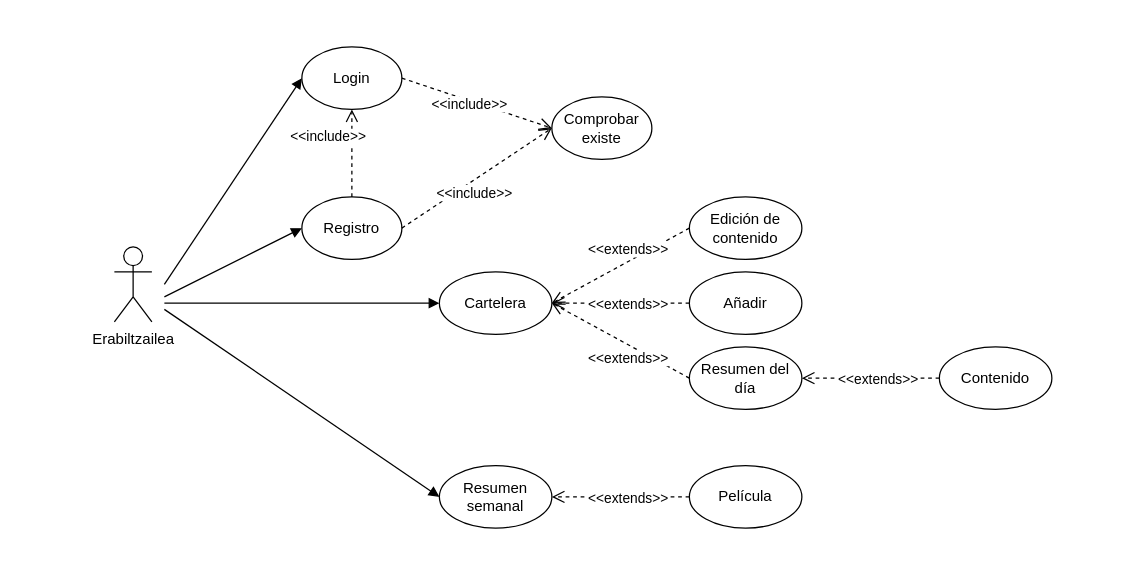
This is dokumentazioa/garapen_inguruneak/ErabileraDiagrama.drawio from PetaldoiPorramador/SunsetCinema, a draw.io file, before an edit. Source tidied: cells renumbered, new cells numbered last; positions are measured from the earlier drawing's top-left corner, leaving out a move shared by most shapes. Both pictures are drawn from the tidied source at 125%, with x=0, y=0 at pixel (114, 46).
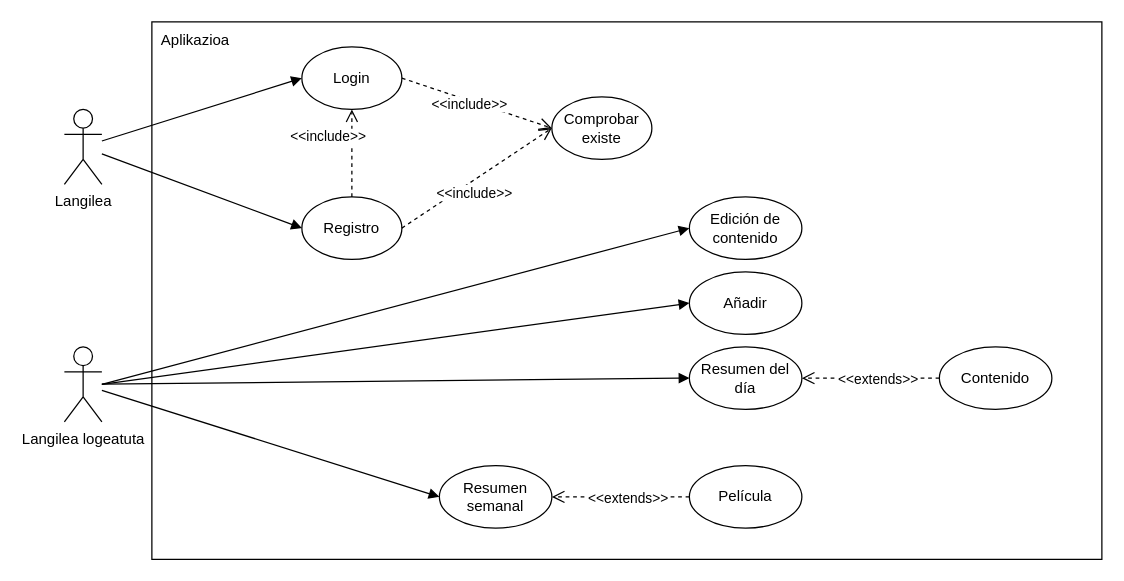
Above is the later version.

Commit message:
doc: erabilera kasu diagrama finala

Unchanged cells that the change refers to:
```xml
<mxCell id="3" value="Login" style="ellipse;whiteSpace=wrap;html=1;" parent="1" vertex="1">
  <mxGeometry x="150" width="80" height="50" as="geometry" />
</mxCell>
<mxCell id="5" value="Registro" style="ellipse;whiteSpace=wrap;html=1;" parent="1" vertex="1">
  <mxGeometry x="150" y="120" width="80" height="50" as="geometry" />
</mxCell>
<mxCell id="11" value="Resumen semanal" style="ellipse;whiteSpace=wrap;html=1;" parent="1" vertex="1">
  <mxGeometry x="260" y="335" width="90" height="50" as="geometry" />
</mxCell>
<mxCell id="12" value="Edición de contenido" style="ellipse;whiteSpace=wrap;html=1;" parent="1" vertex="1">
  <mxGeometry x="460" y="120" width="90" height="50" as="geometry" />
</mxCell>
<mxCell id="13" value="Añadir" style="ellipse;whiteSpace=wrap;html=1;" parent="1" vertex="1">
  <mxGeometry x="460" y="180" width="90" height="50" as="geometry" />
</mxCell>
<mxCell id="14" value="Resumen del día" style="ellipse;whiteSpace=wrap;html=1;" parent="1" vertex="1">
  <mxGeometry x="460" y="240" width="90" height="50" as="geometry" />
</mxCell>
```

What changed in the source:
```diff
@@
+    <mxCell id="33" style="rounded=0;whiteSpace=wrap;html=1;fillColor=none;" parent="1" vertex="1">
+      <mxGeometry x="30" y="-20" width="760" height="430" as="geometry" />
+    </mxCell>
-    <mxCell id="2" value="Erabiltzailea" style="shape=umlActor;verticalLabelPosition=bottom;verticalAlign=top;html=1;" parent="1" vertex="1">
-      <mxGeometry y="160" width="30" height="60" as="geometry" />
+    <mxCell id="2" value="Langilea" style="shape=umlActor;verticalLabelPosition=bottom;verticalAlign=top;html=1;" parent="1" vertex="1">
+      <mxGeometry x="-40" y="50" width="30" height="60" as="geometry" />
     </mxCell>
@@
-    <mxCell id="10" value="Cartelera" style="ellipse;whiteSpace=wrap;html=1;" parent="1" vertex="1">
-      <mxGeometry x="260" y="180" width="90" height="50" as="geometry" />
-    </mxCell>
@@
-    <mxCell id="15" style="html=1;verticalAlign=bottom;endArrow=block;rounded=0;entryX=0;entryY=0.5;entryDx=0;entryDy=0;" parent="1" edge="1" target="3">
-      <mxGeometry relative="1" as="geometry">
-        <mxPoint x="40" y="190" as="sourcePoint" />
-      </mxGeometry>
+    <mxCell id="15" style="html=1;verticalAlign=bottom;endArrow=block;rounded=0;entryX=0;entryY=0.5;entryDx=0;entryDy=0;" parent="1" edge="1" source="2" target="3">
+      <mxGeometry relative="1" as="geometry" />
     </mxCell>
-    <mxCell id="16" style="html=1;verticalAlign=bottom;endArrow=block;rounded=0;entryX=0;entryY=0.5;entryDx=0;entryDy=0;" parent="1" edge="1" target="5">
-      <mxGeometry relative="1" as="geometry">
-        <mxPoint x="40" y="200" as="sourcePoint" />
-      </mxGeometry>
+    <mxCell id="16" style="html=1;verticalAlign=bottom;endArrow=block;rounded=0;entryX=0;entryY=0.5;entryDx=0;entryDy=0;" parent="1" edge="1" source="2" target="5">
+      <mxGeometry relative="1" as="geometry" />
     </mxCell>
@@
-    <mxCell id="19" style="html=1;verticalAlign=bottom;endArrow=block;rounded=0;entryX=0;entryY=0.5;entryDx=0;entryDy=0;" parent="1" edge="1" target="10">
-      <mxGeometry relative="1" as="geometry">
-        <mxPoint x="40" y="205" as="sourcePoint" />
-      </mxGeometry>
-    </mxCell>
-    <mxCell id="20" style="html=1;verticalAlign=bottom;endArrow=block;rounded=0;entryX=0;entryY=0.5;entryDx=0;entryDy=0;" parent="1" edge="1" target="11">
-      <mxGeometry relative="1" as="geometry">
-        <mxPoint x="40" y="210" as="sourcePoint" />
-      </mxGeometry>
+    <mxCell id="20" style="html=1;verticalAlign=bottom;endArrow=block;rounded=0;entryX=0;entryY=0.5;entryDx=0;entryDy=0;" parent="1" edge="1" source="34" target="11">
+      <mxGeometry relative="1" as="geometry" />
     </mxCell>
@@
-    <mxCell id="27" style="html=1;verticalAlign=bottom;endArrow=open;dashed=1;endSize=8;rounded=0;exitX=0;exitY=0.5;exitDx=0;exitDy=0;entryX=1;entryY=0.5;entryDx=0;entryDy=0;" parent="1" edge="1" source="14" target="10">
-      <mxGeometry x="0.98" y="-138" relative="1" as="geometry" />
-    </mxCell>
-    <mxCell id="28" value="&amp;lt;&amp;lt;extends&amp;gt;&amp;gt;" style="edgeLabel;html=1;align=center;verticalAlign=middle;" parent="27" vertex="1">
-      <mxGeometry x="-0.46" relative="1" as="geometry">
-        <mxPoint x="-20" as="offset" />
-      </mxGeometry>
-    </mxCell>
-    <mxCell id="29" style="html=1;verticalAlign=bottom;endArrow=open;dashed=1;endSize=8;rounded=0;exitX=0;exitY=0.5;exitDx=0;exitDy=0;entryX=1;entryY=0.5;entryDx=0;entryDy=0;" parent="1" edge="1" source="12" target="10">
-      <mxGeometry x="0.98" y="-138" relative="1" as="geometry" />
-    </mxCell>
-    <mxCell id="30" value="&amp;lt;&amp;lt;extends&amp;gt;&amp;gt;" style="edgeLabel;html=1;align=center;verticalAlign=middle;" parent="29" vertex="1">
-      <mxGeometry x="-0.46" relative="1" as="geometry">
-        <mxPoint x="-20" as="offset" />
-      </mxGeometry>
-    </mxCell>
-    <mxCell id="31" style="html=1;verticalAlign=bottom;endArrow=open;dashed=1;endSize=8;rounded=0;exitX=0;exitY=0.5;exitDx=0;exitDy=0;entryX=1;entryY=0.5;entryDx=0;entryDy=0;" parent="1" edge="1" source="13" target="10">
-      <mxGeometry x="0.98" y="-138" relative="1" as="geometry" />
-    </mxCell>
-    <mxCell id="32" value="&amp;lt;&amp;lt;extends&amp;gt;&amp;gt;" style="edgeLabel;html=1;align=center;verticalAlign=middle;" parent="31" vertex="1">
-      <mxGeometry x="-0.46" relative="1" as="geometry">
-        <mxPoint x="-20" as="offset" />
-      </mxGeometry>
-    </mxCell>
+    <mxCell id="34" value="Langilea logeatuta" style="shape=umlActor;verticalLabelPosition=bottom;verticalAlign=top;html=1;" parent="1" vertex="1">
+      <mxGeometry x="-40" y="240" width="30" height="60" as="geometry" />
+    </mxCell>
+    <mxCell id="35" value="Aplikazioa" style="text;html=1;strokeColor=none;fillColor=none;align=center;verticalAlign=middle;whiteSpace=wrap;rounded=0;" parent="1" vertex="1">
+      <mxGeometry x="30" y="-20" width="70" height="30" as="geometry" />
+    </mxCell>
+    <mxCell id="36" style="html=1;verticalAlign=bottom;endArrow=block;rounded=0;entryX=0;entryY=0.5;entryDx=0;entryDy=0;" parent="1" edge="1" source="34" target="14">
+      <mxGeometry relative="1" as="geometry" />
+    </mxCell>
+    <mxCell id="37" style="html=1;verticalAlign=bottom;endArrow=block;rounded=0;entryX=0;entryY=0.5;entryDx=0;entryDy=0;" parent="1" edge="1" target="12">
+      <mxGeometry relative="1" as="geometry">
+        <mxPoint x="-10" y="270" as="sourcePoint" />
+      </mxGeometry>
+    </mxCell>
+    <mxCell id="38" style="html=1;verticalAlign=bottom;endArrow=block;rounded=0;entryX=0;entryY=0.5;entryDx=0;entryDy=0;" parent="1" edge="1" target="13">
+      <mxGeometry relative="1" as="geometry">
+        <mxPoint x="-10" y="270" as="sourcePoint" />
+      </mxGeometry>
+    </mxCell>
```
